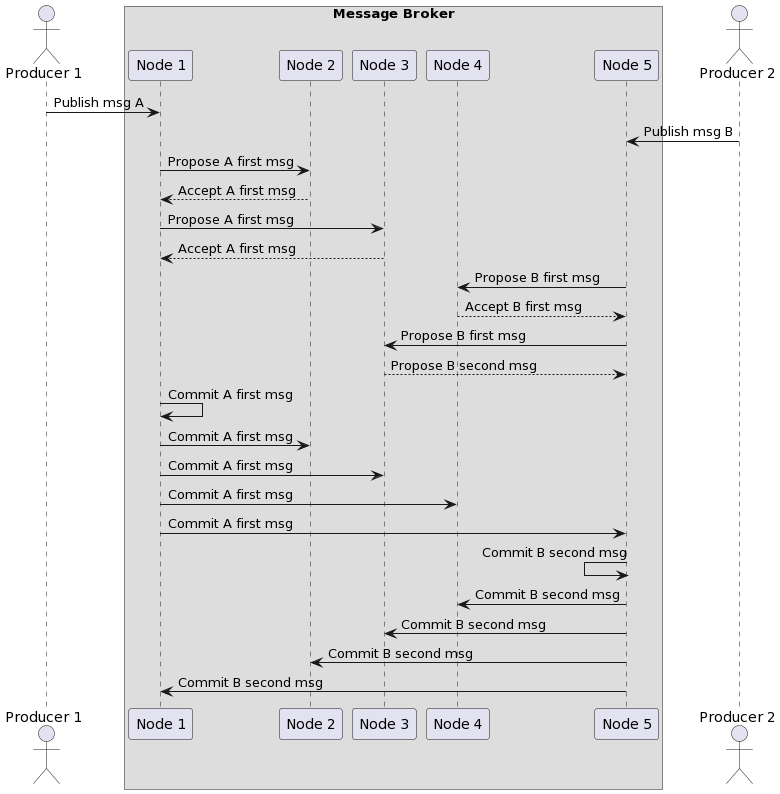
This is diagrams/seq_conflict.png from Marcel-MD/geo-distributed-message-broker, a PlantUML export, as it was before one commit. Source of this version:
```plantuml
@startuml
actor "Producer 1" as P1
box "Message Broker"
participant "Node 1" as N1
participant "Node 2" as N2
participant "Node 3" as N3
participant "Node 4" as N4
participant "Node 5" as N5
end box
actor "Producer 2" as P2

P1 -> N1 : Publish msg A
N5 <- P2 : Publish msg B

N1 -> N2 : Propose A first msg
N1 <-- N2 : Accept A first msg
N1 -> N3 : Propose A first msg
N1 <-- N3 : Accept A first msg

N5 -> N4 : Propose B first msg
N5 <-- N4 : Accept B first msg
N5 -> N3 : Propose B first msg
N5 <-- N3 : Propose B second msg

N1 -> N1 : Commit A first msg
N1 -> N2 : Commit A first msg
N1 -> N3 : Commit A first msg
N1 -> N4 : Commit A first msg
N1 -> N5 : Commit A first msg

N5 <- N5 : Commit B second msg
N4 <- N5 : Commit B second msg
N3 <- N5 : Commit B second msg
N2 <- N5 : Commit B second msg
N1 <- N5 : Commit B second msg
@enduml
```
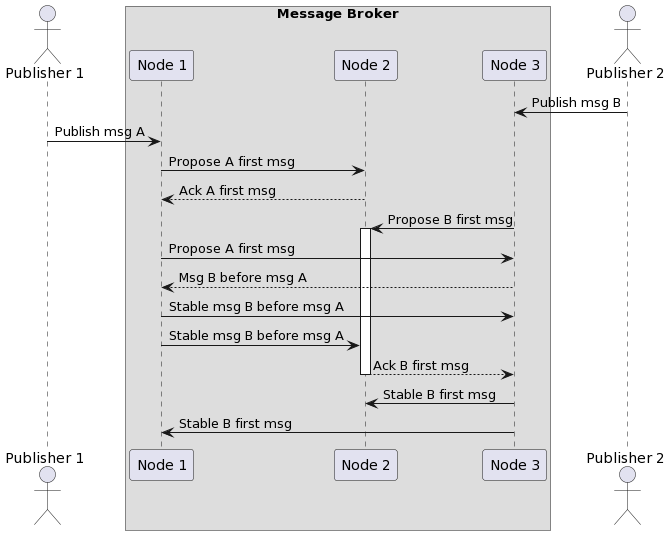
After the commit.

What changed in the source:
```diff
@@ -1,36 +1,31 @@
 @startuml
-actor "Producer 1" as P1
+actor "Publisher 1" as P1
 box "Message Broker"
 participant "Node 1" as N1
 participant "Node 2" as N2
 participant "Node 3" as N3
-participant "Node 4" as N4
-participant "Node 5" as N5
 end box
-actor "Producer 2" as P2
+actor "Publisher 2" as P2
 
+N3 <- P2 : Publish msg B
 P1 -> N1 : Publish msg A
-N5 <- P2 : Publish msg B
 
 N1 -> N2 : Propose A first msg
-N1 <-- N2 : Accept A first msg
+N1 <-- N2 : Ack A first msg
+
+N3 -> N2 : Propose B first msg
+activate N2
+
 N1 -> N3 : Propose A first msg
-N1 <-- N3 : Accept A first msg
+N1 <-- N3 : Msg B before msg A
 
-N5 -> N4 : Propose B first msg
-N5 <-- N4 : Accept B first msg
-N5 -> N3 : Propose B first msg
-N5 <-- N3 : Propose B second msg
+N1 -> N3 : Stable msg B before msg A
 
-N1 -> N1 : Commit A first msg
-N1 -> N2 : Commit A first msg
-N1 -> N3 : Commit A first msg
-N1 -> N4 : Commit A first msg
-N1 -> N5 : Commit A first msg
+N1 -> N2 : Stable msg B before msg A
+N2 --> N3 : Ack B first msg
+deactivate N2
 
-N5 <- N5 : Commit B second msg
-N4 <- N5 : Commit B second msg
-N3 <- N5 : Commit B second msg
-N2 <- N5 : Commit B second msg
-N1 <- N5 : Commit B second msg
+N3 -> N2 : Stable B first msg
+
+N3 -> N1 : Stable B first msg
 @enduml
```
